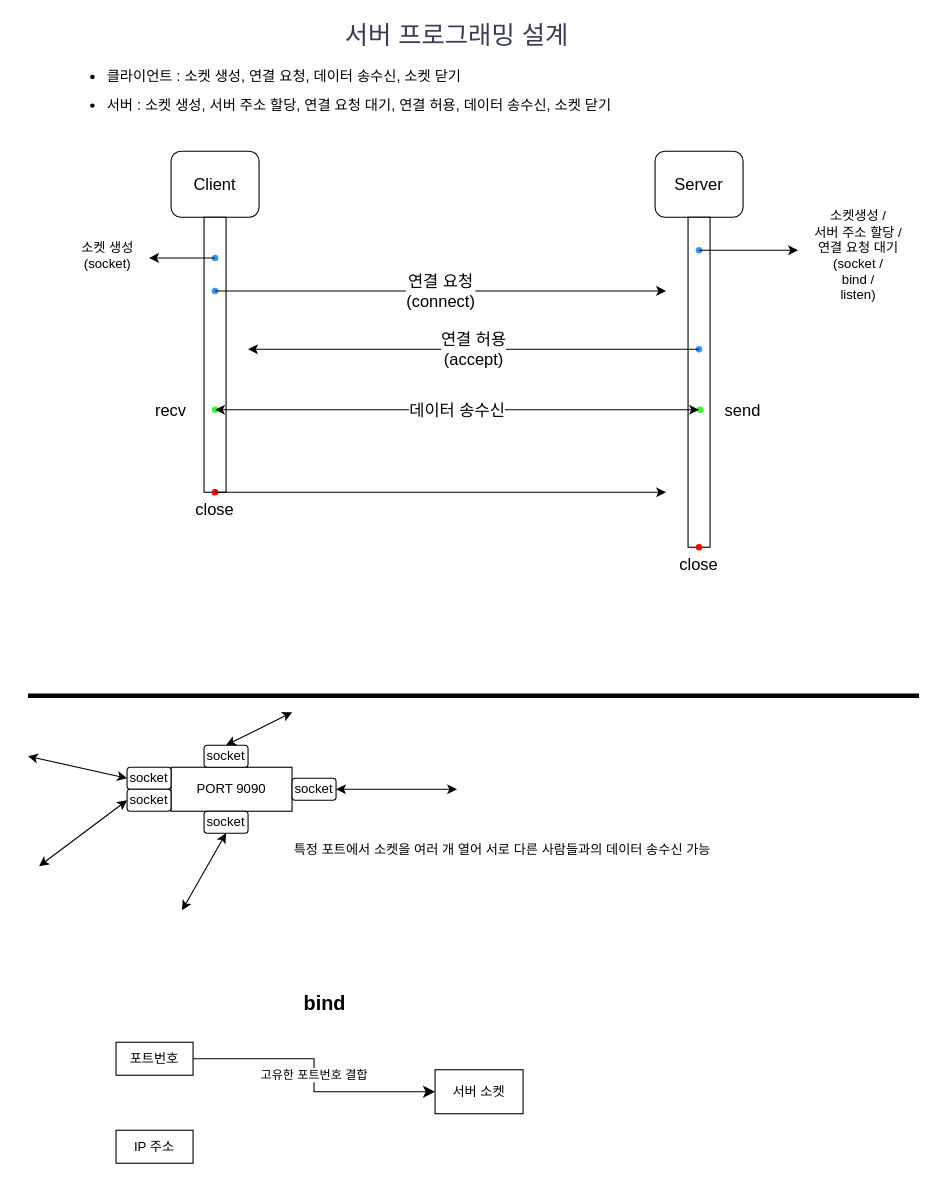
jh051777/chat keeps this draw.io diagram as Chat_Diagram.drawio. Above is the earlier version. Source tidied: cells renumbered, new cells numbered last; positions are measured from the earlier drawing's top-left corner, leaving out a move shared by most shapes. Both pictures are drawn from the tidied source at 110%, with x=0, y=0 at pixel (28, 19).
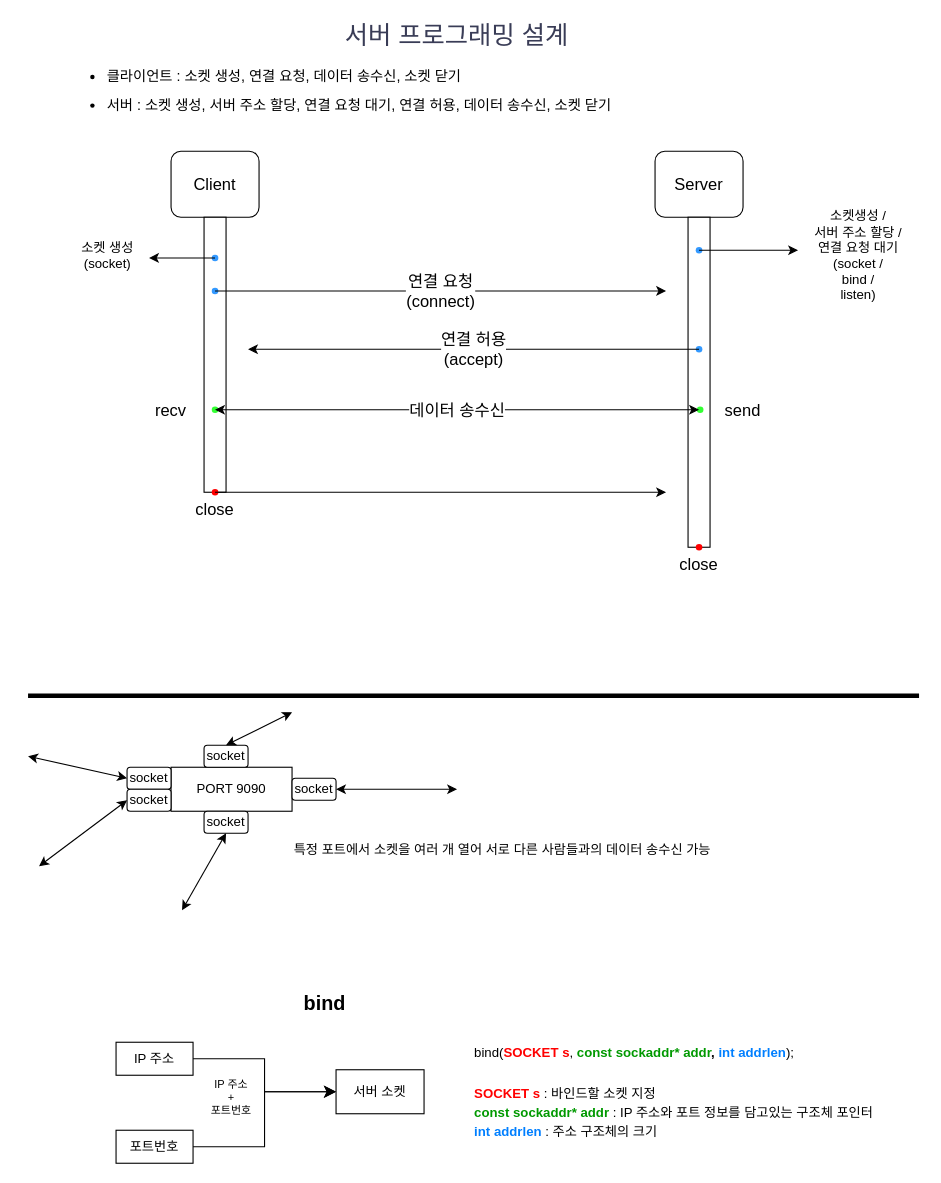
The same page after the edit.

The edit, as a diff of the source:
```diff
@@
     <mxCell id="29" value="서버 소켓" style="rounded=0;whiteSpace=wrap;html=1;" parent="1" vertex="1">
-      <mxGeometry x="370" y="955" width="80" height="40" as="geometry" />
+      <mxGeometry x="280" y="955" width="80" height="40" as="geometry" />
     </mxCell>
@@
-    <mxCell id="31" value="포트번호" style="rounded=0;whiteSpace=wrap;html=1;" parent="1" vertex="1">
+    <mxCell id="31" value="IP 주소" style="rounded=0;whiteSpace=wrap;html=1;" parent="1" vertex="1">
       <mxGeometry x="80" y="930" width="70" height="30" as="geometry" />
     </mxCell>
-    <mxCell id="32" value="IP 주소" style="rounded=0;whiteSpace=wrap;html=1;" parent="1" vertex="1">
+    <mxCell id="32" value="포트번호" style="rounded=0;whiteSpace=wrap;html=1;" parent="1" vertex="1">
       <mxGeometry x="80" y="1010" width="70" height="30" as="geometry" />
     </mxCell>
@@
-    <mxCell id="34" value="고유한 포트번호 결합" style="edgeStyle=elbowEdgeStyle;elbow=horizontal;endArrow=classic;html=1;curved=0;rounded=0;endSize=8;startSize=8;exitX=1;exitY=0.5;exitDx=0;exitDy=0;entryX=0;entryY=0.5;entryDx=0;entryDy=0;" parent="1" edge="1" source="31" target="29">
-      <mxGeometry relative="1" as="geometry">
-        <Array as="points">
-          <mxPoint x="260" y="960" />
-        </Array>
-      </mxGeometry>
-    </mxCell>
@@
+    <mxCell id="47" style="edgeStyle=elbowEdgeStyle;elbow=horizontal;endArrow=classic;html=1;curved=0;rounded=0;endSize=8;startSize=8;exitX=1;exitY=0.5;exitDx=0;exitDy=0;entryX=0;entryY=0.5;entryDx=0;entryDy=0;" parent="1" edge="1" source="32" target="29">
+      <mxGeometry relative="1" as="geometry" />
+    </mxCell>
+    <mxCell id="34" style="edgeStyle=elbowEdgeStyle;elbow=horizontal;endArrow=classic;html=1;curved=0;rounded=0;endSize=8;startSize=8;exitX=1;exitY=0.5;exitDx=0;exitDy=0;entryX=0;entryY=0.5;entryDx=0;entryDy=0;" parent="1" edge="1" source="31" target="29">
+      <mxGeometry relative="1" as="geometry" />
+    </mxCell>
+    <mxCell id="48" value="IP 주소&lt;div&gt;+&lt;/div&gt;&lt;div&gt;포트번호&lt;/div&gt;" style="text;html=1;align=center;verticalAlign=middle;whiteSpace=wrap;rounded=0;fontSize=10;" parent="1" vertex="1">
+      <mxGeometry x="150" y="965" width="70" height="30" as="geometry" />
+    </mxCell>
+    <mxCell id="49" value="&lt;b&gt;&lt;font color=&quot;#ff0000&quot;&gt;SOCKET s&lt;/font&gt;&lt;/b&gt; : 바인드할 소켓 지정&lt;div style=&quot;line-height: 150%;&quot;&gt;&lt;b&gt;&lt;font color=&quot;#009900&quot;&gt;const sockaddr* addr&lt;/font&gt;&lt;/b&gt; : IP 주소와 포트 정보를 담고있는 구조체 포인터&lt;/div&gt;&lt;div style=&quot;line-height: 150%;&quot;&gt;&lt;b&gt;&lt;font color=&quot;#007fff&quot;&gt;int addrlen&lt;/font&gt;&lt;/b&gt; : 주소 구조체의 크기&lt;/div&gt;" style="text;html=1;align=left;verticalAlign=middle;whiteSpace=wrap;rounded=0;" parent="1" vertex="1">
+      <mxGeometry x="404" y="980" width="396" height="30" as="geometry" />
+    </mxCell>
+    <mxCell id="50" value="bind(&lt;b&gt;&lt;font color=&quot;#ff0000&quot;&gt;SOCKET s&lt;/font&gt;&lt;/b&gt;, &lt;font color=&quot;#009900&quot;&gt;&lt;b style=&quot;&quot;&gt;const sockaddr*&lt;/b&gt; &lt;/font&gt;&lt;b&gt;&lt;font color=&quot;#009900&quot;&gt;addr&lt;/font&gt;, &lt;font color=&quot;#007fff&quot;&gt;int addrlen&lt;/font&gt;&lt;/b&gt;);" style="text;html=1;align=left;verticalAlign=middle;whiteSpace=wrap;rounded=0;" parent="1" vertex="1">
+      <mxGeometry x="404" y="925" width="360" height="30" as="geometry" />
+    </mxCell>
```
